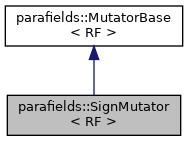
Above: a01052.png in parafields/parafields-core (Graphviz), before the change. Its source is kept beside it as a01052.dot. Source of this version:
```dot
digraph "parafields::SignMutator&lt; RF &gt;"
{
  edge [fontname="Helvetica",fontsize="10",labelfontname="Helvetica",labelfontsize="10"];
  node [fontname="Helvetica",fontsize="10",shape=record];
  Node1 [label="parafields::SignMutator\l\< RF \>",height=0.2,width=0.4,color="black", fillcolor="grey75", style="filled", fontcolor="black",tooltip="Replaces value with its sign (-1 for negative, +1 for nonnegative)"];
  Node2 -> Node1 [dir="back",color="midnightblue",fontsize="10",style="solid",fontname="Helvetica"];
  Node2 [label="parafields::MutatorBase\l\< RF \>",height=0.2,width=0.4,color="black", fillcolor="white", style="filled",URL="$a01037.html",tooltip="Abstract base class for value transformations."];
}
```
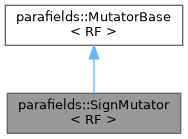
After the change.

Change to the diagram source:
```diff
@@ -1,8 +1,9 @@
 digraph "parafields::SignMutator&lt; RF &gt;"
 {
-  edge [fontname="Helvetica",fontsize="10",labelfontname="Helvetica",labelfontsize="10"];
-  node [fontname="Helvetica",fontsize="10",shape=record];
-  Node1 [label="parafields::SignMutator\l\< RF \>",height=0.2,width=0.4,color="black", fillcolor="grey75", style="filled", fontcolor="black",tooltip="Replaces value with its sign (-1 for negative, +1 for nonnegative)"];
-  Node2 -> Node1 [dir="back",color="midnightblue",fontsize="10",style="solid",fontname="Helvetica"];
-  Node2 [label="parafields::MutatorBase\l\< RF \>",height=0.2,width=0.4,color="black", fillcolor="white", style="filled",URL="$a01037.html",tooltip="Abstract base class for value transformations."];
+  bgcolor="transparent";
+  edge [fontname=Helvetica,fontsize=10,labelfontname=Helvetica,labelfontsize=10];
+  node [fontname=Helvetica,fontsize=10,shape=box,height=0.2,width=0.4];
+  Node1 [id="Node000001",label="parafields::SignMutator\l\< RF \>",height=0.2,width=0.4,color="gray40", fillcolor="grey60", style="filled", fontcolor="black",tooltip="Replaces value with its sign (-1 for negative, +1 for nonnegative)"];
+  Node2 -> Node1 [id="edge1_Node000001_Node000002",dir="back",color="steelblue1",style="solid",tooltip=" "];
+  Node2 [id="Node000002",label="parafields::MutatorBase\l\< RF \>",height=0.2,width=0.4,color="gray40", fillcolor="white", style="filled",URL="$a01037.html",tooltip="Abstract base class for value transformations."];
 }
```
